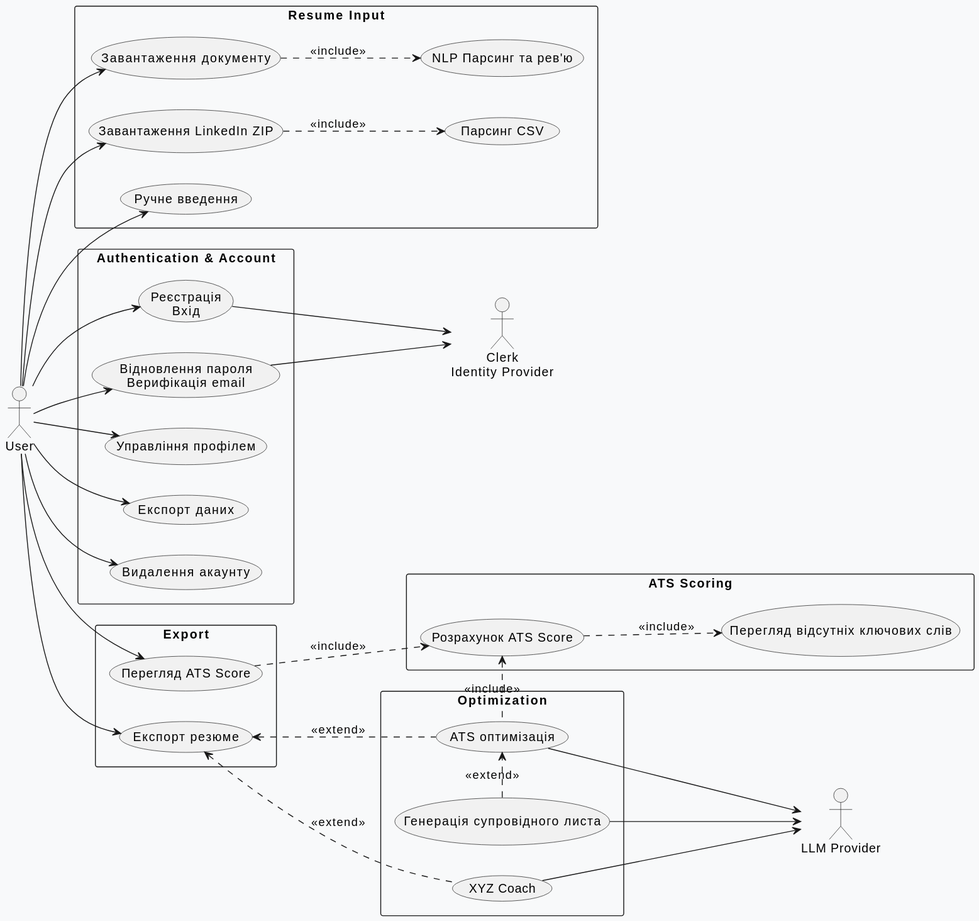
Earlier version of the PlantUML export assets/uc.svg (GetJobAI/infra). Source of this version:
```plantuml
@startuml
left to right direction
skinparam backgroundColor #F8F9FA
skinparam defaultTextAlignment center

actor "User" as User
actor "Clerk\nIdentity Provider" as Clerk
actor "LLM Provider" as LLM

rectangle "Authentication & Account" {
    usecase "Реєстрація\nВхід" as UC_Login
    usecase "Відновлення пароля\nВерифікація email" as UC_Creds
    usecase "Управління профілем" as UC_Profile
    usecase "Експорт даних" as UC_ExportData
    usecase "Видалення акаунту" as UC_Delete
}

rectangle "Resume Input" {
    usecase "Завантаження документу" as UC_Upload
    usecase "NLP Парсинг та рев'ю" as UC_ReviewParse

    usecase "Завантаження LinkedIn ZIP" as UC_Zip
    usecase "Парсинг CSV" as UC_ParseZip

    usecase "Ручне введення" as UC_Wizard
}

rectangle "Optimization" {
    usecase "Генерація супровідного листа" as UC_Cover
    usecase "XYZ Coach" as UC_XYZ
    usecase "ATS оптимізація" as UC_ATSOpt
}

rectangle "ATS Scoring" as PkgATS {
    usecase "Розрахунок ATS Score" as UC_ATS_Calc
    usecase "Перегляд відсутніх ключових слів" as UC_ATS_Breakdown
  }

rectangle "Export" {
    usecase "Перегляд ATS Score" as UC_ExportATS
    usecase "Експорт резюме" as UC_ExportRes
}

User --> UC_Login
User --> UC_Creds
User --> UC_Profile
User --> UC_ExportData
User --> UC_Delete

UC_Login --> Clerk
UC_Creds --> Clerk

User --> UC_Wizard

User --> UC_Upload
UC_Upload ..> UC_ReviewParse : <<include>>

User --> UC_Zip
UC_Zip ..> UC_ParseZip : <<include>>

UC_XYZ --> LLM
UC_ATSOpt --> LLM
UC_Cover --> LLM

User --> UC_ExportRes
User --> UC_ExportATS

UC_ExportRes <.. UC_XYZ : <<extend>>
UC_ExportRes <.. UC_ATSOpt : <<extend>>

UC_ATSOpt .l.> UC_ATS_Calc : <<include>>
UC_ATS_Calc ..> UC_ATS_Breakdown : <<include>>

UC_ExportATS ..> UC_ATS_Calc : <<include>>
UC_ATSOpt <.l. UC_Cover : <<extend>>
@enduml
```
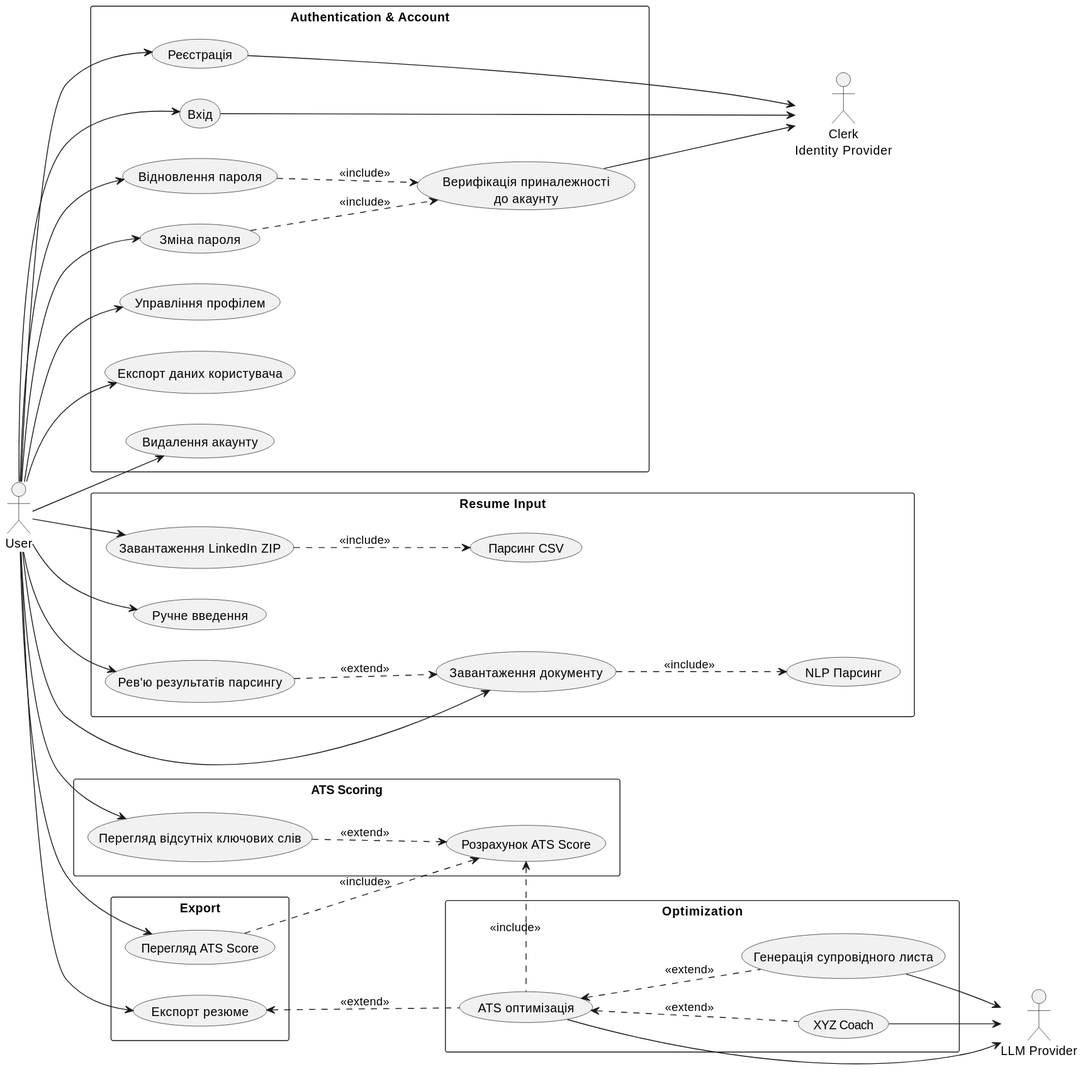
The same diagram one commit later.

Change to the diagram source:
```diff
@@ -1,6 +1,5 @@
 @startuml
 left to right direction
-skinparam backgroundColor #F8F9FA
 skinparam defaultTextAlignment center
 
 actor "User" as User
@@ -8,16 +7,20 @@
 actor "LLM Provider" as LLM
 
 rectangle "Authentication & Account" {
-    usecase "Реєстрація\nВхід" as UC_Login
-    usecase "Відновлення пароля\nВерифікація email" as UC_Creds
+    usecase "Реєстрація" as UC_Register
+    usecase "Вхід" as UC_Login
+    usecase "Верифікація приналежності\nдо акаунту" as UC_VerifyEmail
+    usecase "Відновлення пароля" as UC_RecoverPassword
+    usecase "Зміна пароля" as UC_ChangePassword
     usecase "Управління профілем" as UC_Profile
-    usecase "Експорт даних" as UC_ExportData
+    usecase "Експорт даних користувача" as UC_ExportData
     usecase "Видалення акаунту" as UC_Delete
 }
 
 rectangle "Resume Input" {
     usecase "Завантаження документу" as UC_Upload
-    usecase "NLP Парсинг та рев'ю" as UC_ReviewParse
+    usecase "NLP Парсинг" as UC_Parse
+    usecase "Рев'ю результатів парсингу" as UC_ReviewParse
 
     usecase "Завантаження LinkedIn ZIP" as UC_Zip
     usecase "Парсинг CSV" as UC_ParseZip
@@ -26,34 +29,41 @@
 }
 
 rectangle "Optimization" {
+    usecase "XYZ Coach" as UC_XYZ
     usecase "Генерація супровідного листа" as UC_Cover
-    usecase "XYZ Coach" as UC_XYZ
     usecase "ATS оптимізація" as UC_ATSOpt
 }
 
 rectangle "ATS Scoring" as PkgATS {
     usecase "Розрахунок ATS Score" as UC_ATS_Calc
     usecase "Перегляд відсутніх ключових слів" as UC_ATS_Breakdown
-  }
+}
 
 rectangle "Export" {
     usecase "Перегляд ATS Score" as UC_ExportATS
     usecase "Експорт резюме" as UC_ExportRes
 }
 
+User --> UC_Register
 User --> UC_Login
-User --> UC_Creds
+User --> UC_RecoverPassword
+User --> UC_ChangePassword
 User --> UC_Profile
 User --> UC_ExportData
 User --> UC_Delete
 
+UC_Register --> Clerk
 UC_Login --> Clerk
-UC_Creds --> Clerk
+UC_VerifyEmail --> Clerk
+UC_RecoverPassword ..> UC_VerifyEmail : <<include>>
+UC_ChangePassword ..> UC_VerifyEmail : <<include>>
 
 User --> UC_Wizard
 
 User --> UC_Upload
-UC_Upload ..> UC_ReviewParse : <<include>>
+UC_Upload ..> UC_Parse : <<include>>
+UC_ReviewParse ..> UC_Upload : <<extend>>
+User --> UC_ReviewParse
 
 User --> UC_Zip
 UC_Zip ..> UC_ParseZip : <<include>>
@@ -65,12 +75,13 @@
 User --> UC_ExportRes
 User --> UC_ExportATS
 
-UC_ExportRes <.. UC_XYZ : <<extend>>
 UC_ExportRes <.. UC_ATSOpt : <<extend>>
 
 UC_ATSOpt .l.> UC_ATS_Calc : <<include>>
-UC_ATS_Calc ..> UC_ATS_Breakdown : <<include>>
+UC_ATS_Breakdown ..> UC_ATS_Calc : <<extend>>
+User --> UC_ATS_Breakdown
 
 UC_ExportATS ..> UC_ATS_Calc : <<include>>
-UC_ATSOpt <.l. UC_Cover : <<extend>>
+UC_ATSOpt <.. UC_Cover : <<extend>>
+UC_ATSOpt <.. UC_XYZ : <<extend>>
 @enduml
```
